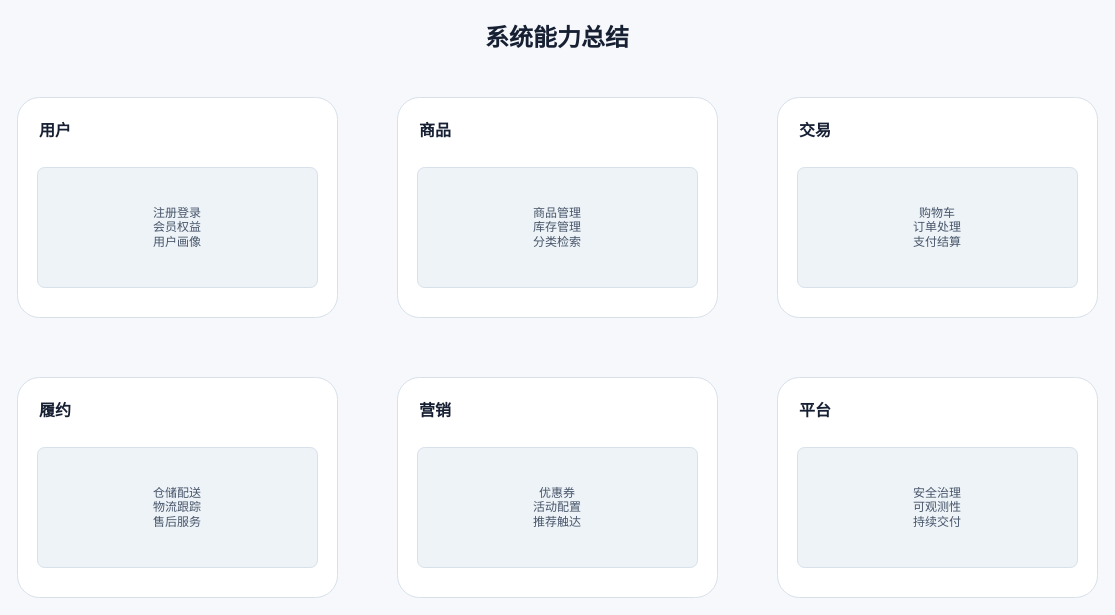
Before: .opencode/skills/xml-diagram/examples/summary-light-capabilities.drawio in BeWaterMyFriend7/SKILL-PROJECT, a draw.io diagram. Source tidied: cells renumbered, new cells numbered last; positions are measured from the earlier drawing's top-left corner, leaving out a move shared by most shapes. Both pictures are drawn from the tidied source at 100%, with x=0, y=0 at pixel (17, 17).
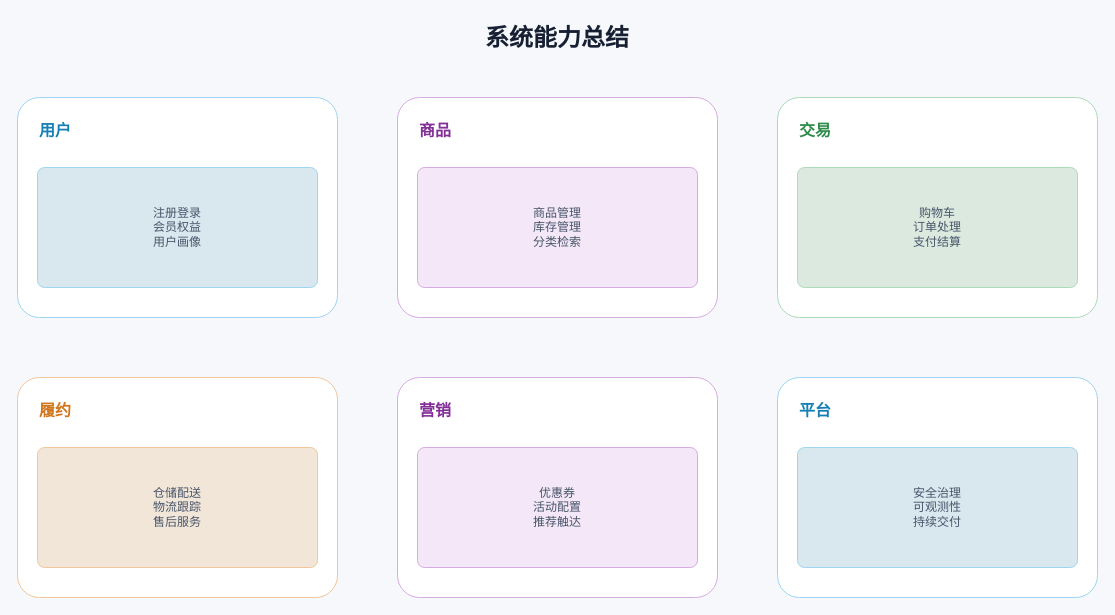
Above is the later version.

The edit, as a diff of the source:
```diff
@@
-    <mxCell id="3" style="rounded=1;arcSize=10;fillColor=#FFFFFF;strokeColor=#D8E1EA;html=1;whiteSpace=wrap;fontFamily=Inter, Noto Sans SC, Microsoft YaHei, sans-serif;fontSize=12;fontColor=#475569;" parent="1" vertex="1">
+    <mxCell id="3" style="rounded=1;arcSize=10;fillColor=#FFFFFF;strokeColor=#9FD5F1;html=1;whiteSpace=wrap;fontFamily=Inter, Noto Sans SC, Microsoft YaHei, sans-serif;fontSize=12;fontColor=#475569;" parent="1" vertex="1">
       <mxGeometry y="80" width="320" height="220" as="geometry" />
     </mxCell>
-    <mxCell id="4" value="用户" style="text;strokeColor=none;fillColor=none;align=left;verticalAlign=middle;html=1;whiteSpace=wrap;fontFamily=Inter, Noto Sans SC, Microsoft YaHei, sans-serif;fontSize=16;fontColor=#172033;fontStyle=1;" parent="3" vertex="1">
+    <mxCell id="4" value="用户" style="text;strokeColor=none;fillColor=none;align=left;verticalAlign=middle;html=1;whiteSpace=wrap;fontFamily=Inter, Noto Sans SC, Microsoft YaHei, sans-serif;fontSize=16;fontColor=#1680B6;fontStyle=1;" parent="3" vertex="1">
       <mxGeometry x="20" y="16" width="280" height="34" as="geometry" />
     </mxCell>
-    <mxCell id="5" value="注册登录&#10;会员权益&#10;用户画像" style="rounded=1;arcSize=6;fillColor=#EEF3F8;strokeColor=#D8E1EA;align=center;verticalAlign=middle;html=1;whiteSpace=wrap;fontFamily=Inter, Noto Sans SC, Microsoft YaHei, sans-serif;fontSize=12;fontColor=#475569;" parent="3" vertex="1">
+    <mxCell id="5" value="注册登录&#10;会员权益&#10;用户画像" style="rounded=1;arcSize=6;fillColor=#D9E7EE;strokeColor=#9FD5F1;align=center;verticalAlign=middle;html=1;whiteSpace=wrap;fontFamily=Inter, Noto Sans SC, Microsoft YaHei, sans-serif;fontSize=12;fontColor=#475569;" parent="3" vertex="1">
       <mxGeometry x="20" y="70" width="280" height="120" as="geometry" />
     </mxCell>
-    <mxCell id="6" style="rounded=1;arcSize=10;fillColor=#FFFFFF;strokeColor=#D8E1EA;html=1;whiteSpace=wrap;fontFamily=Inter, Noto Sans SC, Microsoft YaHei, sans-serif;fontSize=12;fontColor=#475569;" parent="1" vertex="1">
+    <mxCell id="6" style="rounded=1;arcSize=10;fillColor=#FFFFFF;strokeColor=#D7ACE2;html=1;whiteSpace=wrap;fontFamily=Inter, Noto Sans SC, Microsoft YaHei, sans-serif;fontSize=12;fontColor=#475569;" parent="1" vertex="1">
       <mxGeometry x="380" y="80" width="320" height="220" as="geometry" />
     </mxCell>
-    <mxCell id="7" value="商品" style="text;strokeColor=none;fillColor=none;align=left;verticalAlign=middle;html=1;whiteSpace=wrap;fontFamily=Inter, Noto Sans SC, Microsoft YaHei, sans-serif;fontSize=16;fontColor=#172033;fontStyle=1;" parent="6" vertex="1">
+    <mxCell id="7" value="商品" style="text;strokeColor=none;fillColor=none;align=left;verticalAlign=middle;html=1;whiteSpace=wrap;fontFamily=Inter, Noto Sans SC, Microsoft YaHei, sans-serif;fontSize=16;fontColor=#832F98;fontStyle=1;" parent="6" vertex="1">
       <mxGeometry x="20" y="16" width="280" height="34" as="geometry" />
     </mxCell>
-    <mxCell id="8" value="商品管理&#10;库存管理&#10;分类检索" style="rounded=1;arcSize=6;fillColor=#EEF3F8;strokeColor=#D8E1EA;align=center;verticalAlign=middle;html=1;whiteSpace=wrap;fontFamily=Inter, Noto Sans SC, Microsoft YaHei, sans-serif;fontSize=12;fontColor=#475569;" parent="6" vertex="1">
+    <mxCell id="8" value="商品管理&#10;库存管理&#10;分类检索" style="rounded=1;arcSize=6;fillColor=#F4E7F7;strokeColor=#D7ACE2;align=center;verticalAlign=middle;html=1;whiteSpace=wrap;fontFamily=Inter, Noto Sans SC, Microsoft YaHei, sans-serif;fontSize=12;fontColor=#475569;" parent="6" vertex="1">
       <mxGeometry x="20" y="70" width="280" height="120" as="geometry" />
     </mxCell>
-    <mxCell id="9" style="rounded=1;arcSize=10;fillColor=#FFFFFF;strokeColor=#D8E1EA;html=1;whiteSpace=wrap;fontFamily=Inter, Noto Sans SC, Microsoft YaHei, sans-serif;fontSize=12;fontColor=#475569;" parent="1" vertex="1">
+    <mxCell id="9" style="rounded=1;arcSize=10;fillColor=#FFFFFF;strokeColor=#ACDBBA;html=1;whiteSpace=wrap;fontFamily=Inter, Noto Sans SC, Microsoft YaHei, sans-serif;fontSize=12;fontColor=#475569;" parent="1" vertex="1">
       <mxGeometry x="760" y="80" width="320" height="220" as="geometry" />
     </mxCell>
-    <mxCell id="10" value="交易" style="text;strokeColor=none;fillColor=none;align=left;verticalAlign=middle;html=1;whiteSpace=wrap;fontFamily=Inter, Noto Sans SC, Microsoft YaHei, sans-serif;fontSize=16;fontColor=#172033;fontStyle=1;" parent="9" vertex="1">
+    <mxCell id="10" value="交易" style="text;strokeColor=none;fillColor=none;align=left;verticalAlign=middle;html=1;whiteSpace=wrap;fontFamily=Inter, Noto Sans SC, Microsoft YaHei, sans-serif;fontSize=16;fontColor=#2F8B4B;fontStyle=1;" parent="9" vertex="1">
       <mxGeometry x="20" y="16" width="280" height="34" as="geometry" />
     </mxCell>
-    <mxCell id="11" value="购物车&#10;订单处理&#10;支付结算" style="rounded=1;arcSize=6;fillColor=#EEF3F8;strokeColor=#D8E1EA;align=center;verticalAlign=middle;html=1;whiteSpace=wrap;fontFamily=Inter, Noto Sans SC, Microsoft YaHei, sans-serif;fontSize=12;fontColor=#475569;" parent="9" vertex="1">
+    <mxCell id="11" value="购物车&#10;订单处理&#10;支付结算" style="rounded=1;arcSize=6;fillColor=#DBE9DF;strokeColor=#ACDBBA;align=center;verticalAlign=middle;html=1;whiteSpace=wrap;fontFamily=Inter, Noto Sans SC, Microsoft YaHei, sans-serif;fontSize=12;fontColor=#475569;" parent="9" vertex="1">
       <mxGeometry x="20" y="70" width="280" height="120" as="geometry" />
     </mxCell>
-    <mxCell id="12" style="rounded=1;arcSize=10;fillColor=#FFFFFF;strokeColor=#D8E1EA;html=1;whiteSpace=wrap;fontFamily=Inter, Noto Sans SC, Microsoft YaHei, sans-serif;fontSize=12;fontColor=#475569;" parent="1" vertex="1">
+    <mxCell id="12" style="rounded=1;arcSize=10;fillColor=#FFFFFF;strokeColor=#F2C69A;html=1;whiteSpace=wrap;fontFamily=Inter, Noto Sans SC, Microsoft YaHei, sans-serif;fontSize=12;fontColor=#475569;" parent="1" vertex="1">
       <mxGeometry y="360" width="320" height="220" as="geometry" />
     </mxCell>
-    <mxCell id="13" value="履约" style="text;strokeColor=none;fillColor=none;align=left;verticalAlign=middle;html=1;whiteSpace=wrap;fontFamily=Inter, Noto Sans SC, Microsoft YaHei, sans-serif;fontSize=16;fontColor=#172033;fontStyle=1;" parent="12" vertex="1">
+    <mxCell id="13" value="履约" style="text;strokeColor=none;fillColor=none;align=left;verticalAlign=middle;html=1;whiteSpace=wrap;fontFamily=Inter, Noto Sans SC, Microsoft YaHei, sans-serif;fontSize=16;fontColor=#D0761C;fontStyle=1;" parent="12" vertex="1">
       <mxGeometry x="20" y="16" width="280" height="34" as="geometry" />
     </mxCell>
-    <mxCell id="14" value="仓储配送&#10;物流跟踪&#10;售后服务" style="rounded=1;arcSize=6;fillColor=#EEF3F8;strokeColor=#D8E1EA;align=center;verticalAlign=middle;html=1;whiteSpace=wrap;fontFamily=Inter, Noto Sans SC, Microsoft YaHei, sans-serif;fontSize=12;fontColor=#475569;" parent="12" vertex="1">
+    <mxCell id="14" value="仓储配送&#10;物流跟踪&#10;售后服务" style="rounded=1;arcSize=6;fillColor=#F2E6D9;strokeColor=#F2C69A;align=center;verticalAlign=middle;html=1;whiteSpace=wrap;fontFamily=Inter, Noto Sans SC, Microsoft YaHei, sans-serif;fontSize=12;fontColor=#475569;" parent="12" vertex="1">
       <mxGeometry x="20" y="70" width="280" height="120" as="geometry" />
     </mxCell>
-    <mxCell id="15" style="rounded=1;arcSize=10;fillColor=#FFFFFF;strokeColor=#D8E1EA;html=1;whiteSpace=wrap;fontFamily=Inter, Noto Sans SC, Microsoft YaHei, sans-serif;fontSize=12;fontColor=#475569;" parent="1" vertex="1">
+    <mxCell id="15" style="rounded=1;arcSize=10;fillColor=#FFFFFF;strokeColor=#D7ACE2;html=1;whiteSpace=wrap;fontFamily=Inter, Noto Sans SC, Microsoft YaHei, sans-serif;fontSize=12;fontColor=#475569;" parent="1" vertex="1">
       <mxGeometry x="380" y="360" width="320" height="220" as="geometry" />
     </mxCell>
-    <mxCell id="16" value="营销" style="text;strokeColor=none;fillColor=none;align=left;verticalAlign=middle;html=1;whiteSpace=wrap;fontFamily=Inter, Noto Sans SC, Microsoft YaHei, sans-serif;fontSize=16;fontColor=#172033;fontStyle=1;" parent="15" vertex="1">
+    <mxCell id="16" value="营销" style="text;strokeColor=none;fillColor=none;align=left;verticalAlign=middle;html=1;whiteSpace=wrap;fontFamily=Inter, Noto Sans SC, Microsoft YaHei, sans-serif;fontSize=16;fontColor=#832F98;fontStyle=1;" parent="15" vertex="1">
       <mxGeometry x="20" y="16" width="280" height="34" as="geometry" />
     </mxCell>
-    <mxCell id="17" value="优惠券&#10;活动配置&#10;推荐触达" style="rounded=1;arcSize=6;fillColor=#EEF3F8;strokeColor=#D8E1EA;align=center;verticalAlign=middle;html=1;whiteSpace=wrap;fontFamily=Inter, Noto Sans SC, Microsoft YaHei, sans-serif;fontSize=12;fontColor=#475569;" parent="15" vertex="1">
+    <mxCell id="17" value="优惠券&#10;活动配置&#10;推荐触达" style="rounded=1;arcSize=6;fillColor=#F4E7F7;strokeColor=#D7ACE2;align=center;verticalAlign=middle;html=1;whiteSpace=wrap;fontFamily=Inter, Noto Sans SC, Microsoft YaHei, sans-serif;fontSize=12;fontColor=#475569;" parent="15" vertex="1">
       <mxGeometry x="20" y="70" width="280" height="120" as="geometry" />
     </mxCell>
-    <mxCell id="18" style="rounded=1;arcSize=10;fillColor=#FFFFFF;strokeColor=#D8E1EA;html=1;whiteSpace=wrap;fontFamily=Inter, Noto Sans SC, Microsoft YaHei, sans-serif;fontSize=12;fontColor=#475569;" parent="1" vertex="1">
+    <mxCell id="18" style="rounded=1;arcSize=10;fillColor=#FFFFFF;strokeColor=#9FD5F1;html=1;whiteSpace=wrap;fontFamily=Inter, Noto Sans SC, Microsoft YaHei, sans-serif;fontSize=12;fontColor=#475569;" parent="1" vertex="1">
       <mxGeometry x="760" y="360" width="320" height="220" as="geometry" />
     </mxCell>
-    <mxCell id="19" value="平台" style="text;strokeColor=none;fillColor=none;align=left;verticalAlign=middle;html=1;whiteSpace=wrap;fontFamily=Inter, Noto Sans SC, Microsoft YaHei, sans-serif;fontSize=16;fontColor=#172033;fontStyle=1;" parent="18" vertex="1">
+    <mxCell id="19" value="平台" style="text;strokeColor=none;fillColor=none;align=left;verticalAlign=middle;html=1;whiteSpace=wrap;fontFamily=Inter, Noto Sans SC, Microsoft YaHei, sans-serif;fontSize=16;fontColor=#1680B6;fontStyle=1;" parent="18" vertex="1">
       <mxGeometry x="20" y="16" width="280" height="34" as="geometry" />
     </mxCell>
-    <mxCell id="20" value="安全治理&#10;可观测性&#10;持续交付" style="rounded=1;arcSize=6;fillColor=#EEF3F8;strokeColor=#D8E1EA;align=center;verticalAlign=middle;html=1;whiteSpace=wrap;fontFamily=Inter, Noto Sans SC, Microsoft YaHei, sans-serif;fontSize=12;fontColor=#475569;" parent="18" vertex="1">
+    <mxCell id="20" value="安全治理&#10;可观测性&#10;持续交付" style="rounded=1;arcSize=6;fillColor=#D9E7EE;strokeColor=#9FD5F1;align=center;verticalAlign=middle;html=1;whiteSpace=wrap;fontFamily=Inter, Noto Sans SC, Microsoft YaHei, sans-serif;fontSize=12;fontColor=#475569;" parent="18" vertex="1">
       <mxGeometry x="20" y="70" width="280" height="120" as="geometry" />
     </mxCell>
```
